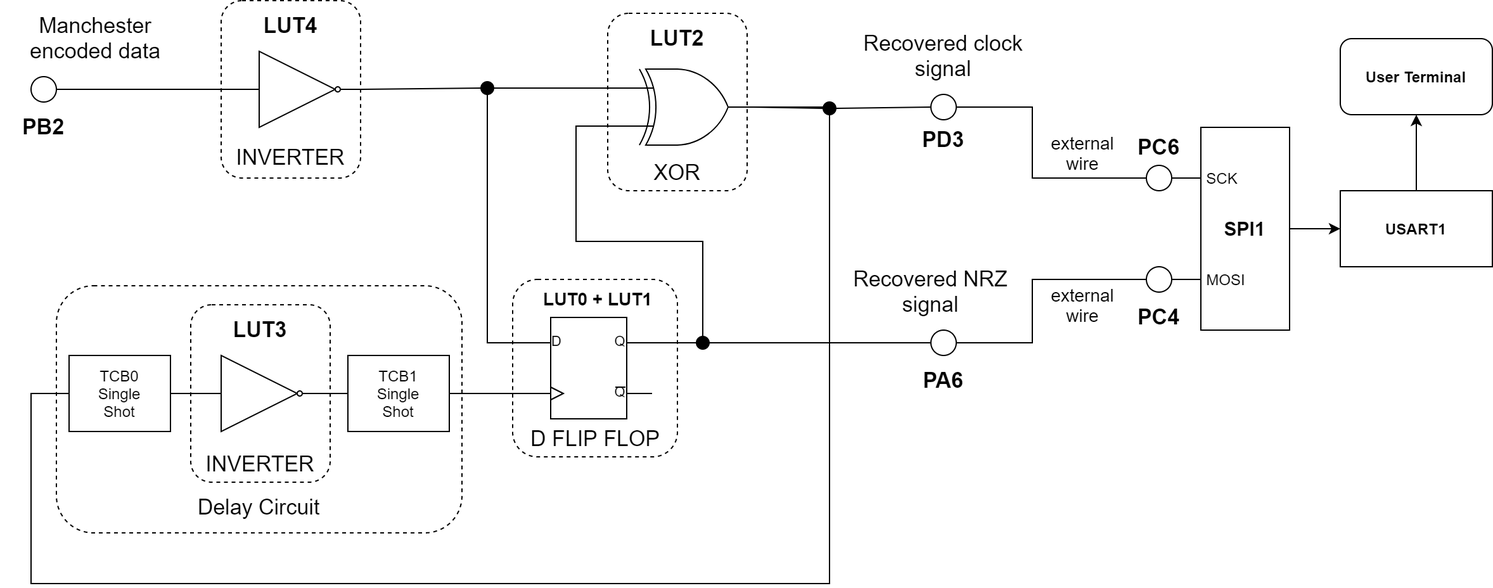
Earlier version of the draw.io export Manchester_Decoder/images/decoder-block-diagram.png (microchip-pic-avr-examples/avr128da48-cnano-manchester-mplab-mcc). Source tidied: cells renumbered, new cells last; positions are measured from the earlier drawing's top-left corner, leaving out a move shared by most shapes.
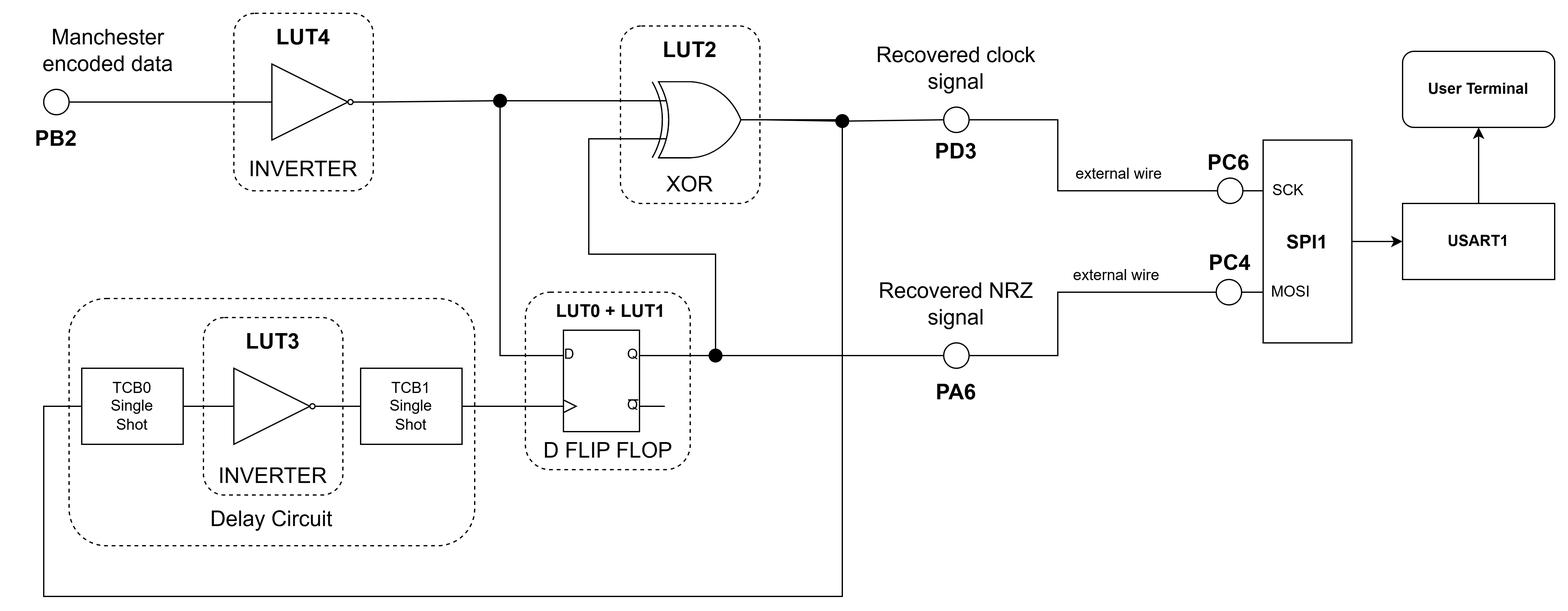
The same file after the commit.

Change to the diagram source:
```diff
@@ -1,4 +1,4 @@
-<mxGraphModel>
+<mxGraphModel background="#ffffff">
   <root>
     <mxCell id="0" />
     <mxCell id="1" parent="0" />
@@ -20,85 +20,85 @@
     <mxCell id="7" style="verticalLabelPosition=bottom;shadow=0;dashed=0;align=center;html=1;verticalAlign=top;shape=mxgraph.electrical.logic_gates.d_type_flip-flop;" parent="1" vertex="1">
       <mxGeometry x="414" y="250" width="100" height="80" as="geometry" />
     </mxCell>
-    <mxCell id="8" style="endArrow=none;html=1;exitX=1;exitY=0.5;exitDx=0;exitDy=0;entryX=0;entryY=0.25;entryDx=0;entryDy=0;entryPerimeter=0;" parent="1" edge="1" source="44">
-      <mxGeometry relative="1" as="geometry">
-        <mxPoint x="494" y="69" as="targetPoint" />
-      </mxGeometry>
-    </mxCell>
+    <mxCell id="64" style="endArrow=none;html=1;exitX=1;exitY=0.5;exitDx=0;exitDy=0;entryX=0;entryY=0.25;entryDx=0;entryDy=0;entryPerimeter=0;" parent="1" edge="1" source="44">
+      <mxGeometry relative="1" as="geometry">
+        <mxPoint x="494" y="69" as="targetPoint" />
+      </mxGeometry>
+    </mxCell>
     <mxCell id="9" value="TCB1&lt;br&gt;Single&lt;br&gt;Shot" style="rounded=0;whiteSpace=wrap;html=1;" parent="1" vertex="1">
       <mxGeometry x="274" y="280" width="80" height="60" as="geometry" />
     </mxCell>
     <mxCell id="10" value="TCB0&lt;br&gt;Single&lt;br&gt;Shot" style="rounded=0;whiteSpace=wrap;html=1;" parent="1" vertex="1">
       <mxGeometry x="54" y="280" width="80" height="60" as="geometry" />
     </mxCell>
-    <mxCell id="11" style="endArrow=none;html=1;exitX=1;exitY=0.5;exitDx=0;exitDy=0;entryX=0;entryY=0.5;entryDx=0;entryDy=0;" parent="1" edge="1" source="10">
-      <mxGeometry relative="1" as="geometry">
-        <mxPoint x="154" y="310" as="targetPoint" />
-      </mxGeometry>
-    </mxCell>
-    <mxCell id="12" style="endArrow=none;html=1;exitX=1;exitY=0.5;exitDx=0;exitDy=0;entryX=0;entryY=0.5;entryDx=0;entryDy=0;" parent="1" edge="1" target="9">
-      <mxGeometry relative="1" as="geometry">
-        <mxPoint x="254" y="310" as="sourcePoint" />
-      </mxGeometry>
-    </mxCell>
+    <mxCell id="65" style="endArrow=none;html=1;exitX=1;exitY=0.5;exitDx=0;exitDy=0;entryX=0;entryY=0.5;entryDx=0;entryDy=0;" parent="1" edge="1" source="10">
+      <mxGeometry relative="1" as="geometry">
+        <mxPoint x="154" y="310" as="targetPoint" />
+      </mxGeometry>
+    </mxCell>
+    <mxCell id="66" style="endArrow=none;html=1;exitX=1;exitY=0.5;exitDx=0;exitDy=0;entryX=0;entryY=0.5;entryDx=0;entryDy=0;" parent="1" edge="1" target="9">
+      <mxGeometry relative="1" as="geometry">
+        <mxPoint x="254" y="310" as="sourcePoint" />
+      </mxGeometry>
+    </mxCell>
     <mxCell id="13" style="endArrow=none;html=1;exitX=1;exitY=0.5;exitDx=0;exitDy=0;entryX=0;entryY=0.75;entryDx=0;entryDy=0;entryPerimeter=0;" parent="1" edge="1" source="9" target="7">
       <mxGeometry relative="1" as="geometry" />
     </mxCell>
-    <mxCell id="14" style="endArrow=none;html=1;exitX=1;exitY=0.25;exitDx=0;exitDy=0;exitPerimeter=0;entryX=0;entryY=0.75;entryDx=0;entryDy=0;entryPerimeter=0;rounded=0;" parent="1" edge="1" source="7">
-      <mxGeometry relative="1" as="geometry">
-        <mxPoint x="494" y="99" as="targetPoint" />
-        <Array as="points">
-          <mxPoint x="554" y="270" />
-          <mxPoint x="554" y="190" />
-          <mxPoint x="454" y="190" />
-          <mxPoint x="454" y="99" />
-          <mxPoint x="494" y="99" />
-        </Array>
-      </mxGeometry>
-    </mxCell>
-    <mxCell id="15" style="endArrow=none;html=1;exitX=0;exitY=0.25;exitDx=0;exitDy=0;exitPerimeter=0;rounded=0;" parent="1" edge="1" source="7">
-      <mxGeometry relative="1" as="geometry">
-        <mxPoint x="384" y="70" as="targetPoint" />
-        <Array as="points">
-          <mxPoint x="384" y="270" />
-          <mxPoint x="384" y="160" />
-          <mxPoint x="384" y="70" />
-        </Array>
-      </mxGeometry>
-    </mxCell>
-    <mxCell id="16" style="endArrow=none;html=1;exitX=1;exitY=0.5;exitDx=0;exitDy=0;exitPerimeter=0;" parent="1" edge="1" source="48">
-      <mxGeometry relative="1" as="geometry">
-        <mxPoint x="734" y="84" as="targetPoint" />
-      </mxGeometry>
-    </mxCell>
-    <mxCell id="17" style="endArrow=none;html=1;exitX=0;exitY=0.5;exitDx=0;exitDy=0;entryX=1;entryY=0.5;entryDx=0;entryDy=0;entryPerimeter=0;rounded=0;" parent="1" edge="1" source="10">
-      <mxGeometry relative="1" as="geometry">
-        <mxPoint x="594" y="84" as="targetPoint" />
-        <Array as="points">
-          <mxPoint x="24" y="310" />
-          <mxPoint x="24" y="460" />
-          <mxPoint x="654" y="460" />
-          <mxPoint x="654" y="84" />
-        </Array>
-      </mxGeometry>
-    </mxCell>
-    <mxCell id="18" style="endArrow=none;html=1;" parent="1" edge="1" source="46">
-      <mxGeometry relative="1" as="geometry">
-        <mxPoint x="734" y="270" as="targetPoint" />
-      </mxGeometry>
-    </mxCell>
+    <mxCell id="67" style="endArrow=none;html=1;exitX=1;exitY=0.25;exitDx=0;exitDy=0;exitPerimeter=0;entryX=0;entryY=0.75;entryDx=0;entryDy=0;entryPerimeter=0;rounded=0;" parent="1" edge="1" source="7">
+      <mxGeometry relative="1" as="geometry">
+        <mxPoint x="494" y="99" as="targetPoint" />
+        <Array as="points">
+          <mxPoint x="554" y="270" />
+          <mxPoint x="554" y="190" />
+          <mxPoint x="454" y="190" />
+          <mxPoint x="454" y="99" />
+          <mxPoint x="494" y="99" />
+        </Array>
+      </mxGeometry>
+    </mxCell>
+    <mxCell id="68" style="endArrow=none;html=1;exitX=0;exitY=0.25;exitDx=0;exitDy=0;exitPerimeter=0;rounded=0;" parent="1" edge="1" source="7">
+      <mxGeometry relative="1" as="geometry">
+        <mxPoint x="384" y="70" as="targetPoint" />
+        <Array as="points">
+          <mxPoint x="384" y="270" />
+          <mxPoint x="384" y="160" />
+          <mxPoint x="384" y="70" />
+        </Array>
+      </mxGeometry>
+    </mxCell>
+    <mxCell id="69" style="endArrow=none;html=1;exitX=1;exitY=0.5;exitDx=0;exitDy=0;exitPerimeter=0;" parent="1" edge="1" source="48">
+      <mxGeometry relative="1" as="geometry">
+        <mxPoint x="734" y="84" as="targetPoint" />
+      </mxGeometry>
+    </mxCell>
+    <mxCell id="70" style="endArrow=none;html=1;exitX=0;exitY=0.5;exitDx=0;exitDy=0;entryX=1;entryY=0.5;entryDx=0;entryDy=0;entryPerimeter=0;rounded=0;" parent="1" edge="1" source="10">
+      <mxGeometry relative="1" as="geometry">
+        <mxPoint x="594" y="84" as="targetPoint" />
+        <Array as="points">
+          <mxPoint x="24" y="310" />
+          <mxPoint x="24" y="460" />
+          <mxPoint x="654" y="460" />
+          <mxPoint x="654" y="84" />
+        </Array>
+      </mxGeometry>
+    </mxCell>
+    <mxCell id="71" style="endArrow=none;html=1;" parent="1" edge="1" source="46">
+      <mxGeometry relative="1" as="geometry">
+        <mxPoint x="734" y="270" as="targetPoint" />
+      </mxGeometry>
+    </mxCell>
     <mxCell id="19" style="ellipse;whiteSpace=wrap;html=1;" parent="1" vertex="1">
       <mxGeometry x="734" y="74" width="20" height="20" as="geometry" />
     </mxCell>
     <mxCell id="20" style="ellipse;whiteSpace=wrap;html=1;" parent="1" vertex="1">
       <mxGeometry x="734" y="260" width="20" height="20" as="geometry" />
     </mxCell>
-    <mxCell id="21" style="endArrow=none;html=1;exitX=0;exitY=0.5;exitDx=0;exitDy=0;" parent="1" edge="1">
-      <mxGeometry relative="1" as="geometry">
-        <mxPoint x="184" y="70" as="sourcePoint" />
-        <mxPoint x="44" y="70" as="targetPoint" />
-      </mxGeometry>
-    </mxCell>
+    <mxCell id="72" style="endArrow=none;html=1;exitX=0;exitY=0.5;exitDx=0;exitDy=0;" parent="1" edge="1">
+      <mxGeometry relative="1" as="geometry">
+        <mxPoint x="184" y="70" as="sourcePoint" />
+        <mxPoint x="44" y="70" as="targetPoint" />
+      </mxGeometry>
+    </mxCell>
     <mxCell id="22" value="Manchester encoded data" style="text;html=1;strokeColor=none;fillColor=none;align=center;verticalAlign=middle;whiteSpace=wrap;rounded=0;fontSize=17;" parent="1" vertex="1">
       <mxGeometry y="20" width="150" height="20" as="geometry" />
     </mxCell>
@@ -139,7 +139,7 @@
       <mxGeometry x="669" y="34" width="150" height="20" as="geometry" />
     </mxCell>
     <mxCell id="35" value="Recovered NRZ signal" style="text;html=1;strokeColor=none;fillColor=none;align=center;verticalAlign=middle;whiteSpace=wrap;rounded=0;fontSize=17;" parent="1" vertex="1">
-      <mxGeometry x="659" y="220" width="150" height="20" as="geometry" />
+      <mxGeometry x="669" y="220" width="150" height="20" as="geometry" />
     </mxCell>
     <mxCell id="36" value="&lt;b&gt;PD3&lt;/b&gt;" style="text;html=1;strokeColor=none;fillColor=none;align=center;verticalAlign=middle;whiteSpace=wrap;rounded=0;fontSize=17;" parent="1" vertex="1">
       <mxGeometry x="724" y="100" width="40" height="20" as="geometry" />
@@ -157,89 +157,91 @@
       <mxGeometry x="494" y="54" width="100" height="60" as="geometry" />
     </mxCell>
     <mxCell id="41" value="&lt;font style=&quot;font-size: 15px&quot;&gt;&lt;b&gt;SPI1&lt;/b&gt;&lt;/font&gt;" style="rounded=0;whiteSpace=wrap;html=1;" parent="1" vertex="1">
-      <mxGeometry x="947" y="100" width="70" height="160" as="geometry" />
+      <mxGeometry x="986" y="100" width="70" height="160" as="geometry" />
     </mxCell>
+    <mxCell id="73" style="endArrow=none;html=1;exitX=1;exitY=0.5;exitDx=0;exitDy=0;rounded=0;entryX=0;entryY=0.5;entryDx=0;entryDy=0;" parent="1" edge="1" source="19" target="79">
+      <mxGeometry relative="1" as="geometry">
+        <Array as="points">
+          <mxPoint x="824" y="84" />
+          <mxPoint x="824" y="140" />
+        </Array>
+      </mxGeometry>
+    </mxCell>
+    <mxCell id="74" style="endArrow=none;html=1;exitX=1;exitY=0.5;exitDx=0;exitDy=0;rounded=0;entryX=0;entryY=0.5;entryDx=0;entryDy=0;" parent="1" edge="1" source="20" target="80">
+      <mxGeometry relative="1" as="geometry">
+        <Array as="points">
+          <mxPoint x="824" y="270" />
+          <mxPoint x="824" y="220" />
+        </Array>
+      </mxGeometry>
+    </mxCell>
+    <mxCell id="43" value="SCK" style="text;html=1;strokeColor=none;fillColor=none;align=center;verticalAlign=middle;whiteSpace=wrap;rounded=0;" parent="1" vertex="1">
+      <mxGeometry x="986" y="130" width="40" height="20" as="geometry" />
+    </mxCell>
     <mxCell id="42" value="MOSI" style="text;html=1;strokeColor=none;fillColor=none;align=center;verticalAlign=middle;whiteSpace=wrap;rounded=0;" parent="1" vertex="1">
-      <mxGeometry x="947" y="210" width="40" height="20" as="geometry" />
+      <mxGeometry x="988" y="210" width="40" height="20" as="geometry" />
     </mxCell>
-    <mxCell id="43" value="SCK" style="text;html=1;strokeColor=none;fillColor=none;align=center;verticalAlign=middle;whiteSpace=wrap;rounded=0;" parent="1" vertex="1">
-      <mxGeometry x="944" y="130" width="40" height="20" as="geometry" />
-    </mxCell>
     <mxCell id="44" style="ellipse;whiteSpace=wrap;html=1;fillColor=#000000;" parent="1" vertex="1">
       <mxGeometry x="379" y="64" width="10" height="10" as="geometry" />
     </mxCell>
-    <mxCell id="45" style="endArrow=none;html=1;exitX=1;exitY=0.5;exitDx=0;exitDy=0;entryX=0;entryY=0.5;entryDx=0;entryDy=0;" parent="1" edge="1" target="44">
-      <mxGeometry relative="1" as="geometry">
-        <mxPoint x="284" y="70" as="sourcePoint" />
-      </mxGeometry>
-    </mxCell>
+    <mxCell id="75" style="endArrow=none;html=1;exitX=1;exitY=0.5;exitDx=0;exitDy=0;entryX=0;entryY=0.5;entryDx=0;entryDy=0;" parent="1" edge="1" target="44">
+      <mxGeometry relative="1" as="geometry">
+        <mxPoint x="284" y="70" as="sourcePoint" />
+      </mxGeometry>
+    </mxCell>
     <mxCell id="46" style="ellipse;whiteSpace=wrap;html=1;fillColor=#000000;" parent="1" vertex="1">
       <mxGeometry x="549" y="265" width="10" height="10" as="geometry" />
     </mxCell>
-    <mxCell id="47" style="endArrow=none;html=1;" parent="1" edge="1" target="46">
-      <mxGeometry relative="1" as="geometry">
-        <mxPoint x="494" y="270" as="sourcePoint" />
-      </mxGeometry>
-    </mxCell>
+    <mxCell id="76" style="endArrow=none;html=1;" parent="1" edge="1" target="46">
+      <mxGeometry relative="1" as="geometry">
+        <mxPoint x="494" y="270" as="sourcePoint" />
+      </mxGeometry>
+    </mxCell>
     <mxCell id="48" style="ellipse;whiteSpace=wrap;html=1;fillColor=#000000;" parent="1" vertex="1">
       <mxGeometry x="649" y="80" width="10" height="10" as="geometry" />
     </mxCell>
-    <mxCell id="49" style="endArrow=none;html=1;exitX=1;exitY=0.5;exitDx=0;exitDy=0;exitPerimeter=0;" parent="1" edge="1" target="48">
-      <mxGeometry relative="1" as="geometry">
-        <mxPoint x="594" y="84" as="sourcePoint" />
-      </mxGeometry>
-    </mxCell>
+    <mxCell id="77" style="endArrow=none;html=1;exitX=1;exitY=0.5;exitDx=0;exitDy=0;exitPerimeter=0;" parent="1" edge="1" target="48">
+      <mxGeometry relative="1" as="geometry">
+        <mxPoint x="594" y="84" as="sourcePoint" />
+      </mxGeometry>
+    </mxCell>
     <mxCell id="50" value="&lt;b&gt;USART1&lt;/b&gt;" style="rounded=0;whiteSpace=wrap;html=1;fillColor=#FFFFFF;" parent="1" vertex="1">
-      <mxGeometry x="1057" y="150" width="120" height="60" as="geometry" />
+      <mxGeometry x="1096" y="150" width="120" height="60" as="geometry" />
     </mxCell>
     <mxCell id="51" style="endArrow=classic;html=1;exitX=1;exitY=0.5;exitDx=0;exitDy=0;entryX=0;entryY=0.5;entryDx=0;entryDy=0;" parent="1" edge="1" source="41" target="50">
       <mxGeometry relative="1" as="geometry" />
     </mxCell>
     <mxCell id="52" value="&lt;b&gt;User Terminal&lt;/b&gt;" style="rounded=1;whiteSpace=wrap;html=1;fillColor=#FFFFFF;" parent="1" vertex="1">
-      <mxGeometry x="1057" y="30" width="120" height="60" as="geometry" />
+      <mxGeometry x="1096" y="30" width="120" height="60" as="geometry" />
     </mxCell>
     <mxCell id="53" style="endArrow=classic;html=1;entryX=0.5;entryY=1;entryDx=0;entryDy=0;" parent="1" edge="1" source="50" target="52">
       <mxGeometry relative="1" as="geometry" />
     </mxCell>
-    <mxCell id="54" style="ellipse;whiteSpace=wrap;html=1;" parent="1" vertex="1">
-      <mxGeometry x="904" y="210" width="20" height="20" as="geometry" />
-    </mxCell>
-    <mxCell id="55" style="ellipse;whiteSpace=wrap;html=1;" parent="1" vertex="1">
-      <mxGeometry x="904" y="130" width="20" height="20" as="geometry" />
-    </mxCell>
-    <mxCell id="56" style="endArrow=none;html=1;exitX=1;exitY=0.5;exitDx=0;exitDy=0;entryX=0;entryY=0.5;entryDx=0;entryDy=0;rounded=0;" parent="1" edge="1" source="19" target="55">
-      <mxGeometry relative="1" as="geometry">
-        <Array as="points">
-          <mxPoint x="814" y="84" />
-          <mxPoint x="814" y="140" />
-        </Array>
-      </mxGeometry>
-    </mxCell>
-    <mxCell id="57" style="endArrow=none;html=1;exitX=1;exitY=0.5;exitDx=0;exitDy=0;entryX=0;entryY=0.5;entryDx=0;entryDy=0;rounded=0;" parent="1" edge="1" source="20" target="54">
-      <mxGeometry relative="1" as="geometry">
-        <Array as="points">
-          <mxPoint x="814" y="270" />
-          <mxPoint x="814" y="220" />
-        </Array>
-      </mxGeometry>
-    </mxCell>
-    <mxCell id="58" style="endArrow=none;html=1;exitX=0;exitY=0.25;exitDx=0;exitDy=0;entryX=1;entryY=0.5;entryDx=0;entryDy=0;" parent="1" edge="1" source="41" target="55">
-      <mxGeometry relative="1" as="geometry" />
-    </mxCell>
-    <mxCell id="59" style="endArrow=none;html=1;exitX=1;exitY=0.5;exitDx=0;exitDy=0;entryX=0;entryY=0.75;entryDx=0;entryDy=0;" parent="1" edge="1" source="54" target="41">
-      <mxGeometry relative="1" as="geometry" />
-    </mxCell>
-    <mxCell id="60" value="&lt;font style=&quot;font-size: 14px&quot;&gt;external&lt;br&gt;wire&lt;/font&gt;" style="text;html=1;strokeColor=none;fillColor=none;align=center;verticalAlign=middle;whiteSpace=wrap;rounded=0;" parent="1" vertex="1">
-      <mxGeometry x="834" y="110" width="40" height="20" as="geometry" />
-    </mxCell>
-    <mxCell id="61" value="&lt;font style=&quot;font-size: 14px&quot;&gt;external&lt;br&gt;wire&lt;/font&gt;" style="text;html=1;strokeColor=none;fillColor=none;align=center;verticalAlign=middle;whiteSpace=wrap;rounded=0;" parent="1" vertex="1">
-      <mxGeometry x="834" y="230" width="40" height="20" as="geometry" />
-    </mxCell>
+    <mxCell id="78" style="edgeStyle=orthogonalEdgeStyle;rounded=0;jettySize=auto;html=1;exitX=1;exitY=0.5;exitDx=0;exitDy=0;entryX=0;entryY=0.5;entryDx=0;entryDy=0;endArrow=none;startFill=0;" parent="1" edge="1" source="79" target="43">
+      <mxGeometry relative="1" as="geometry" />
+    </mxCell>
+    <mxCell id="79" style="ellipse;whiteSpace=wrap;html=1;" parent="1" vertex="1">
+      <mxGeometry x="950" y="130" width="20" height="20" as="geometry" />
+    </mxCell>
+    <mxCell id="80" style="ellipse;whiteSpace=wrap;html=1;" parent="1" vertex="1">
+      <mxGeometry x="949" y="210" width="20" height="20" as="geometry" />
+    </mxCell>
+    <mxCell id="81" style="edgeStyle=orthogonalEdgeStyle;rounded=0;jettySize=auto;html=1;exitX=1;exitY=0.5;exitDx=0;exitDy=0;endArrow=none;startFill=0;" parent="1" edge="1" source="80">
+      <mxGeometry relative="1" as="geometry">
+        <mxPoint x="986" y="220" as="targetPoint" />
+      </mxGeometry>
+    </mxCell>
     <mxCell id="62" value="&lt;b&gt;PC6&lt;/b&gt;" style="text;html=1;strokeColor=none;fillColor=none;align=center;verticalAlign=middle;whiteSpace=wrap;rounded=0;fontSize=17;" parent="1" vertex="1">
-      <mxGeometry x="894" y="106" width="40" height="20" as="geometry" />
+      <mxGeometry x="939" y="109" width="40" height="20" as="geometry" />
     </mxCell>
     <mxCell id="63" value="&lt;b&gt;PC4&lt;/b&gt;" style="text;html=1;strokeColor=none;fillColor=none;align=center;verticalAlign=middle;whiteSpace=wrap;rounded=0;fontSize=17;" parent="1" vertex="1">
-      <mxGeometry x="894" y="240" width="40" height="20" as="geometry" />
+      <mxGeometry x="940" y="188" width="40" height="20" as="geometry" />
     </mxCell>
+    <mxCell id="82" value="external&amp;nbsp;&lt;span style=&quot;background-color: transparent; color: light-dark(rgb(0, 0, 0), rgb(255, 255, 255));&quot;&gt;wire&lt;/span&gt;" style="text;html=1;align=center;verticalAlign=middle;strokeColor=none;fillColor=none;" parent="1" vertex="1">
+      <mxGeometry x="828" y="113" width="87" height="27" as="geometry" />
+    </mxCell>
+    <mxCell id="83" value="external&amp;nbsp;&lt;span style=&quot;background-color: transparent; color: light-dark(rgb(0, 0, 0), rgb(255, 255, 255));&quot;&gt;wire&lt;/span&gt;" style="text;html=1;align=center;verticalAlign=middle;strokeColor=none;fillColor=none;" parent="1" vertex="1">
+      <mxGeometry x="827" y="193" width="87" height="27" as="geometry" />
+    </mxCell>
   </root>
 </mxGraphModel>
```
